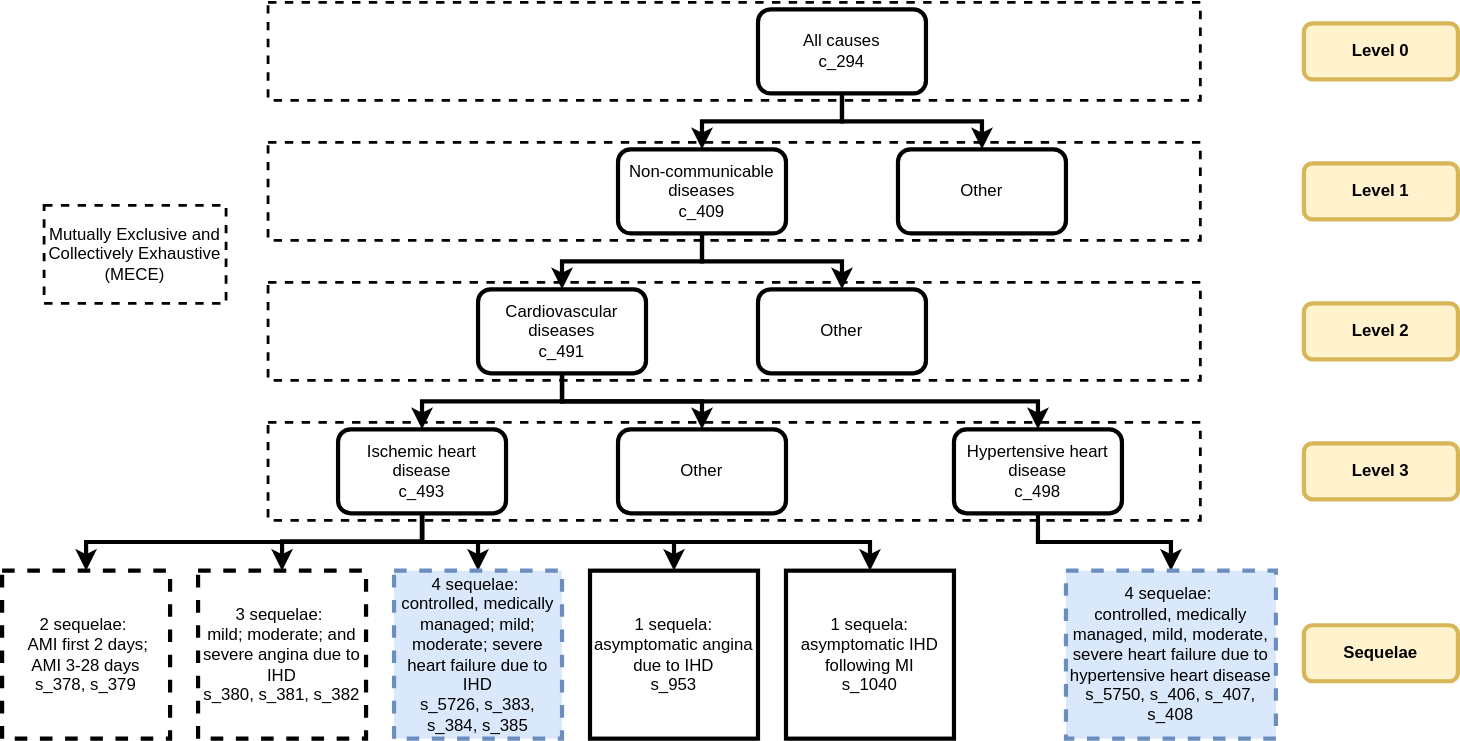
Above: docs/source/model_design/vivarium_model_components/GBD_disease_health/cause_hierarchy_ihd_hhd_v2.svg in ihmeuw/vivarium_research (draw.io), before the change. Source tidied: cells renumbered, new cells last; positions are measured from the earlier drawing's top-left corner, leaving out a move shared by most shapes.
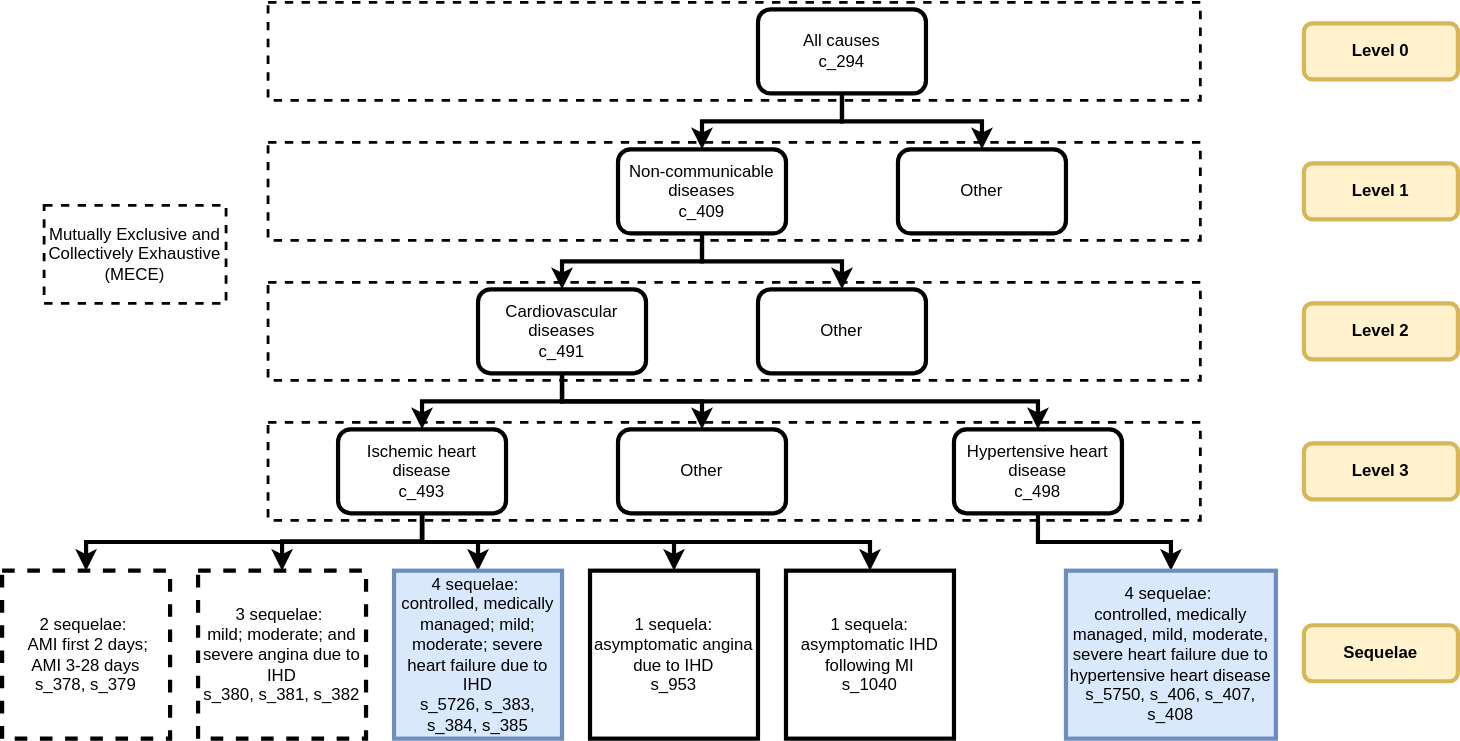
Above is the later version.

Change to the diagram source:
```diff
@@ -70,7 +70,7 @@
     <mxCell id="22" value="&lt;div&gt;3 sequelae:&amp;nbsp;&lt;/div&gt;&lt;div&gt;mild; moderate; and severe angina due to IHD&lt;/div&gt;&lt;div&gt;s_380, s_381, s_382&lt;br&gt;&lt;/div&gt;" style="rounded=0;whiteSpace=wrap;html=1;dashed=1;strokeWidth=3;fillColor=none;" parent="1" vertex="1">
       <mxGeometry x="140" y="406" width="120" height="120" as="geometry" />
     </mxCell>
-    <mxCell id="23" value="4 sequelae:&amp;nbsp;&lt;div&gt;controlled, medically managed; mild; moderate; severe heart failure due to IHD&lt;/div&gt;&lt;div&gt;s_5726, s_383, s_384, s_385&lt;br&gt;&lt;/div&gt;" style="rounded=0;whiteSpace=wrap;html=1;dashed=1;strokeWidth=3;fillColor=#dae8fc;strokeColor=#6c8ebf;" parent="1" vertex="1">
+    <mxCell id="23" value="4 sequelae:&amp;nbsp;&lt;div&gt;controlled, medically managed; mild; moderate; severe heart failure due to IHD&lt;/div&gt;&lt;div&gt;s_5726, s_383, s_384, s_385&lt;br&gt;&lt;/div&gt;" style="rounded=0;whiteSpace=wrap;html=1;strokeWidth=3;fillColor=#dae8fc;strokeColor=#6c8ebf;" parent="1" vertex="1">
       <mxGeometry x="280" y="406" width="120" height="120" as="geometry" />
     </mxCell>
     <mxCell id="24" value="&lt;div&gt;1 sequela:&lt;/div&gt;&lt;div&gt;asymptomatic IHD following MI&lt;/div&gt;&lt;div&gt;s_1040&lt;/div&gt;" style="rounded=0;whiteSpace=wrap;html=1;strokeWidth=3;fillColor=none;" parent="1" vertex="1">
@@ -85,7 +85,7 @@
     <mxCell id="27" style="edgeStyle=orthogonalEdgeStyle;rounded=0;jettySize=auto;html=1;exitX=0.5;exitY=1;exitDx=0;exitDy=0;entryX=0.5;entryY=0;entryDx=0;entryDy=0;strokeWidth=3;" parent="1" edge="1" source="25" target="28">
       <mxGeometry relative="1" as="geometry" />
     </mxCell>
-    <mxCell id="28" value="4 sequelae:&amp;nbsp;&lt;div&gt;controlled, medically managed, mild, moderate, severe heart failure due to hypertensive heart disease&lt;/div&gt;&lt;div&gt;s_5750, s_406, s_407, s_408&lt;br&gt;&lt;/div&gt;" style="rounded=0;whiteSpace=wrap;html=1;dashed=1;strokeWidth=3;fillColor=#dae8fc;strokeColor=#6c8ebf;" parent="1" vertex="1">
+    <mxCell id="28" value="4 sequelae:&amp;nbsp;&lt;div&gt;controlled, medically managed, mild, moderate, severe heart failure due to hypertensive heart disease&lt;/div&gt;&lt;div&gt;s_5750, s_406, s_407, s_408&lt;br&gt;&lt;/div&gt;" style="rounded=0;whiteSpace=wrap;html=1;strokeWidth=3;fillColor=#dae8fc;strokeColor=#6c8ebf;" parent="1" vertex="1">
       <mxGeometry x="760" y="406" width="150" height="120" as="geometry" />
     </mxCell>
     <mxCell id="29" value="&lt;div&gt;Level 0&lt;/div&gt;" style="rounded=1;whiteSpace=wrap;html=1;strokeWidth=3;fillColor=#fff2cc;strokeColor=#d6b656;fontStyle=1;" parent="1" vertex="1">
```
